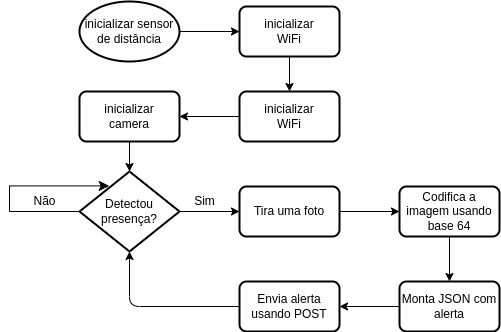
Earlier version of the draw.io export backend/diagrams/fluxograma_http_cam.png (darkvictor13/Alert-Monitoring-System). Source tidied: cells renumbered, new cells last; positions are measured from the earlier drawing's top-left corner, leaving out a move shared by most shapes.
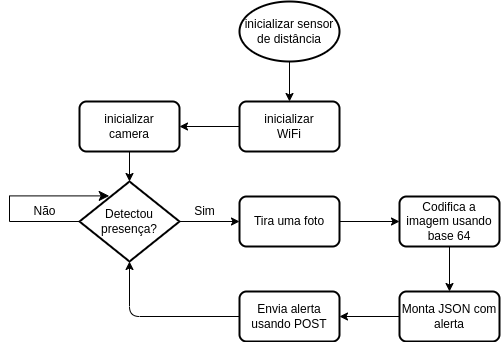
Later version of the same file.

What changed in the source:
```diff
@@ -2,11 +2,8 @@
   <root>
     <mxCell id="0" />
     <mxCell id="1" parent="0" />
-    <mxCell id="2" style="edgeStyle=none;html=1;exitX=1;exitY=0.5;exitDx=0;exitDy=0;exitPerimeter=0;entryX=0;entryY=0.5;entryDx=0;entryDy=0;" parent="1" edge="1" source="3" target="16">
-      <mxGeometry relative="1" as="geometry" />
-    </mxCell>
     <mxCell id="3" value="inicializar sensor de distância" style="strokeWidth=2;html=1;shape=mxgraph.flowchart.start_1;whiteSpace=wrap;" parent="1" vertex="1">
-      <mxGeometry x="70" width="100" height="60" as="geometry" />
+      <mxGeometry x="230" y="-10" width="100" height="60" as="geometry" />
     </mxCell>
     <mxCell id="4" style="edgeStyle=none;html=1;exitX=0;exitY=0.5;exitDx=0;exitDy=0;entryX=1;entryY=0.5;entryDx=0;entryDy=0;" parent="1" edge="1" source="5" target="7">
       <mxGeometry relative="1" as="geometry" />
@@ -49,12 +46,9 @@
     <mxCell id="14" value="Sim" style="text;html=1;align=center;verticalAlign=middle;strokeColor=none;fillColor=none;" parent="1" vertex="1">
       <mxGeometry x="175" y="185" width="40" height="30" as="geometry" />
     </mxCell>
-    <mxCell id="15" style="edgeStyle=none;html=1;exitX=0.5;exitY=1;exitDx=0;exitDy=0;entryX=0.5;entryY=0;entryDx=0;entryDy=0;" parent="1" edge="1" source="16" target="5">
+    <mxCell id="15" style="edgeStyle=none;html=1;entryX=0.5;entryY=0;entryDx=0;entryDy=0;exitX=0.5;exitY=1;exitDx=0;exitDy=0;exitPerimeter=0;" parent="1" edge="1" source="3" target="5">
       <mxGeometry relative="1" as="geometry" />
     </mxCell>
-    <mxCell id="16" value="inicializar&lt;br&gt;WiFi" style="rounded=1;whiteSpace=wrap;html=1;absoluteArcSize=1;arcSize=14;strokeWidth=2;" parent="1" vertex="1">
-      <mxGeometry x="230" y="5" width="100" height="50" as="geometry" />
-    </mxCell>
     <mxCell id="17" style="edgeStyle=none;html=1;exitX=0.5;exitY=1;exitDx=0;exitDy=0;entryX=0.5;entryY=0;entryDx=0;entryDy=0;" parent="1" edge="1" source="18" target="20">
       <mxGeometry relative="1" as="geometry" />
     </mxCell>
```
